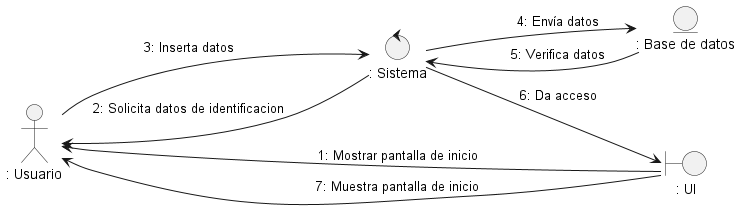
Before: docs/logicalView/analysisView/usecaseAnalysis/analysisDiagram/analysisDiagram/Images/uc1_signUp.png, a diagram exported from PlantUML (Danfloca02/ProyectoFacUpdate).
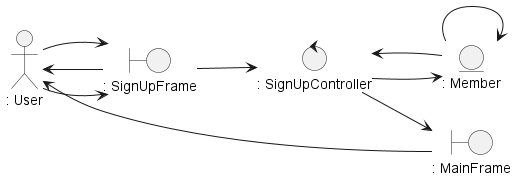
After the commit.

The edit, as a diff of the source:
```diff
@@ -2,17 +2,21 @@
 
 left to right direction
 
-actor ": Usuario" as user
-boundary ": UI" as vis
-entity ": Base de datos" as mod
-control ": Sistema" as con
+actor ": User" as user
 
-(vis) --> user : 1: Mostrar pantalla de inicio
-con --> user : 2: Solicita datos de identificacion
-user --> con : 3: Inserta datos
-con --> mod : 4: Envía datos
-mod --> con : 5: Verifica datos
-con --> vis : 6: Da acceso
-vis --> user : 7: Muestra pantalla de inicio
+entity ": Member" as mod
+boundary ": SignUpFrame" as vis
+boundary ": MainFrame" as main
+control ": SignUpController" as con
+
+user --> vis
+vis --> user
+user --> vis
+vis --> con
+con --> mod
+mod --> mod
+mod --> con
+con --> main
+main --> user
 
 @enduml
```
